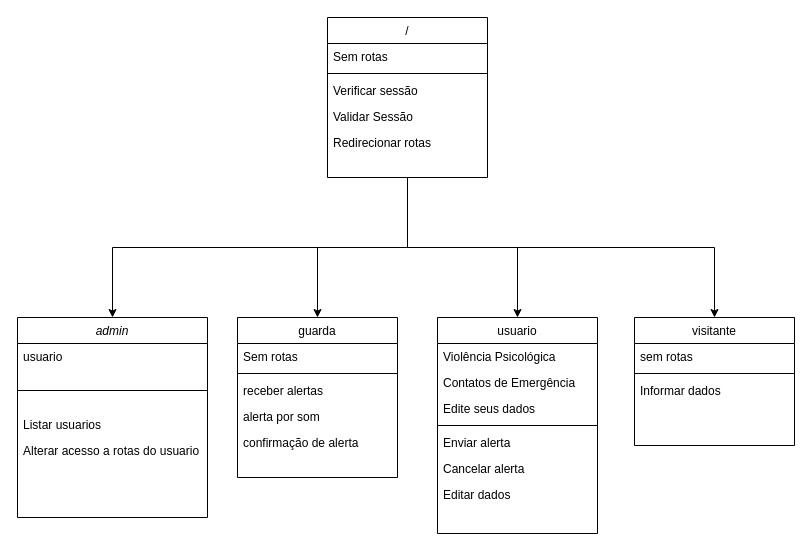
BrunoFerreira95/mariapenha keeps this draw.io diagram as src/diagrams/router.drawio. Above is the earlier version. Source tidied: cells renumbered, new cells numbered last; positions are measured from the earlier drawing's top-left corner, leaving out a move shared by most shapes. Both pictures are drawn from the tidied source at 100%, with x=0, y=0 at pixel (17, 17).
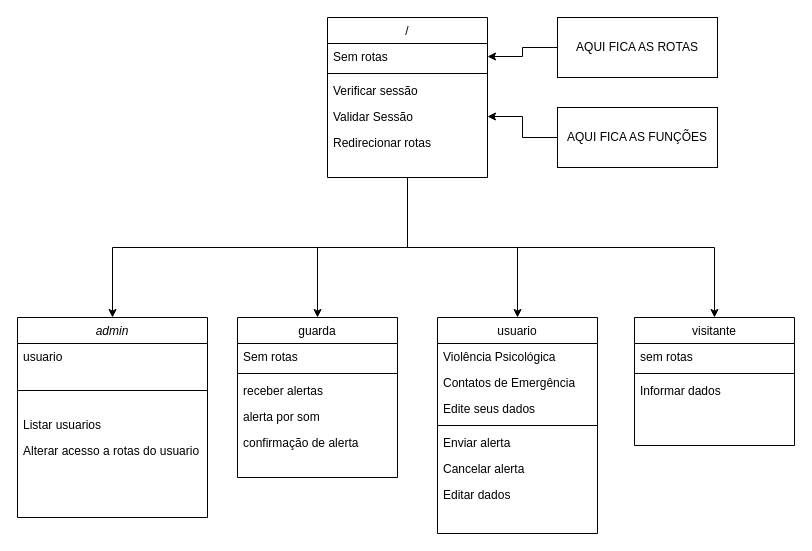
The same diagram, later.

The change refers to these unchanged cells:
```xml
<mxCell id="30" value="Sem rotas" style="text;align=left;verticalAlign=top;spacingLeft=4;spacingRight=4;overflow=hidden;points=[[0,0.5],[1,0.5]];portConstraint=eastwest;rounded=0;shadow=0;html=0;" parent="29" vertex="1">
  <mxGeometry y="26" width="160" height="26" as="geometry" />
</mxCell>
<mxCell id="33" value="Validar Sessão" style="text;align=left;verticalAlign=top;spacingLeft=4;spacingRight=4;overflow=hidden;points=[[0,0.5],[1,0.5]];portConstraint=eastwest;" parent="29" vertex="1">
  <mxGeometry y="86" width="160" height="26" as="geometry" />
</mxCell>
```

Diff of the diagram source:
```diff
@@
+    <mxCell id="35" style="edgeStyle=orthogonalEdgeStyle;rounded=0;jettySize=auto;html=1;exitX=0;exitY=0.5;exitDx=0;exitDy=0;entryX=1;entryY=0.5;entryDx=0;entryDy=0;" parent="1" edge="1" source="36" target="30">
+      <mxGeometry relative="1" as="geometry" />
+    </mxCell>
+    <mxCell id="36" value="AQUI FICA AS ROTAS" style="rounded=0;whiteSpace=wrap;html=1;" parent="1" vertex="1">
+      <mxGeometry x="540" width="160" height="60" as="geometry" />
+    </mxCell>
+    <mxCell id="37" style="edgeStyle=orthogonalEdgeStyle;rounded=0;jettySize=auto;html=1;exitX=0;exitY=0.5;exitDx=0;exitDy=0;" parent="1" edge="1" source="38" target="33">
+      <mxGeometry relative="1" as="geometry" />
+    </mxCell>
+    <mxCell id="38" value="AQUI FICA AS FUNÇÕES" style="rounded=0;whiteSpace=wrap;html=1;" parent="1" vertex="1">
+      <mxGeometry x="540" y="90" width="160" height="60" as="geometry" />
+    </mxCell>
```
